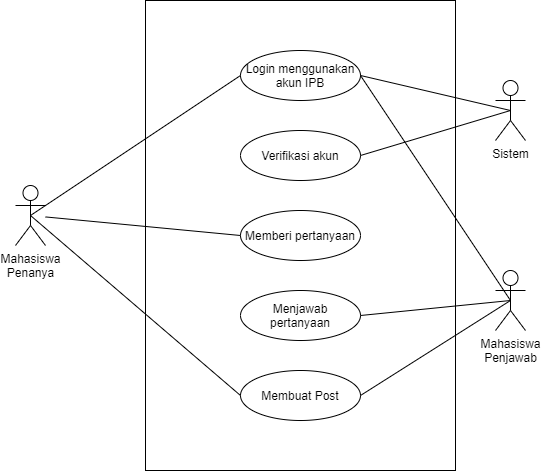
Before: Usecase_PSBO.png, a diagram exported from draw.io (fawwaz26/PSBO-P2-K10). Source tidied: cells renumbered, new cells last; positions are measured from the earlier drawing's top-left corner, leaving out a move shared by most shapes.
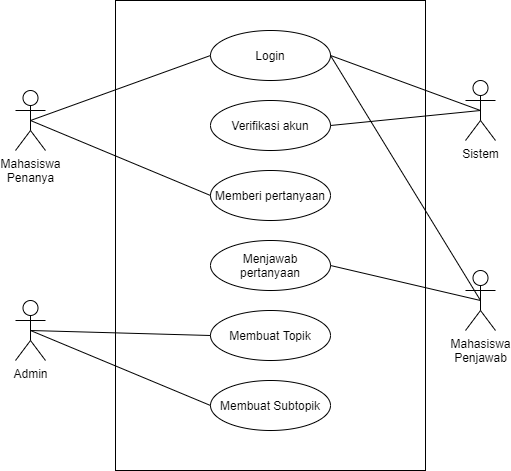
After the commit.

Change to the diagram source:
```diff
@@ -6,38 +6,32 @@
       <mxGeometry x="130" width="310" height="470" as="geometry" />
     </mxCell>
     <mxCell id="3" value="Mahasiswa&lt;br&gt;Penanya" style="shape=umlActor;verticalLabelPosition=bottom;verticalAlign=top;html=1;outlineConnect=0;" parent="1" vertex="1">
-      <mxGeometry y="185" width="30" height="60" as="geometry" />
+      <mxGeometry x="30" y="90" width="30" height="60" as="geometry" />
     </mxCell>
     <mxCell id="4" value="Sistem" style="shape=umlActor;verticalLabelPosition=bottom;verticalAlign=top;html=1;outlineConnect=0;" parent="1" vertex="1">
       <mxGeometry x="480" y="80" width="30" height="60" as="geometry" />
     </mxCell>
-    <mxCell id="5" value="Login menggunakan akun IPB" style="ellipse;whiteSpace=wrap;html=1;" parent="1" vertex="1">
-      <mxGeometry x="225" y="50" width="120" height="50" as="geometry" />
+    <mxCell id="5" value="Login" style="ellipse;whiteSpace=wrap;html=1;" parent="1" vertex="1">
+      <mxGeometry x="225" y="30" width="120" height="50" as="geometry" />
     </mxCell>
     <mxCell id="6" value="Memberi pertanyaan" style="ellipse;whiteSpace=wrap;html=1;" parent="1" vertex="1">
-      <mxGeometry x="225" y="210" width="120" height="50" as="geometry" />
+      <mxGeometry x="225" y="170" width="120" height="50" as="geometry" />
     </mxCell>
     <mxCell id="7" value="Menjawab pertanyaan" style="ellipse;whiteSpace=wrap;html=1;" parent="1" vertex="1">
-      <mxGeometry x="225" y="290" width="120" height="50" as="geometry" />
+      <mxGeometry x="225" y="240" width="120" height="50" as="geometry" />
     </mxCell>
     <mxCell id="8" value="Verifikasi akun" style="ellipse;whiteSpace=wrap;html=1;" parent="1" vertex="1">
-      <mxGeometry x="225" y="130" width="120" height="50" as="geometry" />
+      <mxGeometry x="225" y="100" width="120" height="50" as="geometry" />
     </mxCell>
-    <mxCell id="9" value="Membuat Post" style="ellipse;whiteSpace=wrap;html=1;" parent="1" vertex="1">
-      <mxGeometry x="225" y="370" width="120" height="50" as="geometry" />
-    </mxCell>
     <mxCell id="10" value="Mahasiswa&lt;br&gt;Penjawab" style="shape=umlActor;verticalLabelPosition=bottom;verticalAlign=top;html=1;outlineConnect=0;" parent="1" vertex="1">
       <mxGeometry x="480" y="270" width="30" height="60" as="geometry" />
     </mxCell>
     <mxCell id="11" style="endArrow=none;html=1;entryX=0;entryY=0.5;entryDx=0;entryDy=0;exitX=0.5;exitY=0.5;exitDx=0;exitDy=0;exitPerimeter=0;" parent="1" edge="1" source="3" target="5">
       <mxGeometry relative="1" as="geometry" />
     </mxCell>
-    <mxCell id="12" style="endArrow=none;html=1;entryX=0;entryY=0.5;entryDx=0;entryDy=0;" parent="1" edge="1" source="3" target="6">
+    <mxCell id="12" style="endArrow=none;html=1;entryX=0;entryY=0.5;entryDx=0;entryDy=0;exitX=0.5;exitY=0.5;exitDx=0;exitDy=0;exitPerimeter=0;" parent="1" edge="1" source="3" target="6">
       <mxGeometry relative="1" as="geometry" />
     </mxCell>
-    <mxCell id="13" style="endArrow=none;html=1;entryX=0;entryY=0.5;entryDx=0;entryDy=0;exitX=0.5;exitY=0.5;exitDx=0;exitDy=0;exitPerimeter=0;" parent="1" edge="1" source="3" target="9">
-      <mxGeometry relative="1" as="geometry" />
-    </mxCell>
     <mxCell id="14" style="endArrow=none;html=1;entryX=0.5;entryY=0.5;entryDx=0;entryDy=0;entryPerimeter=0;exitX=1;exitY=0.5;exitDx=0;exitDy=0;" parent="1" edge="1" source="5" target="4">
       <mxGeometry relative="1" as="geometry" />
     </mxCell>
@@ -50,8 +44,20 @@
     <mxCell id="17" style="endArrow=none;html=1;entryX=1;entryY=0.5;entryDx=0;entryDy=0;exitX=0.5;exitY=0.5;exitDx=0;exitDy=0;exitPerimeter=0;" parent="1" edge="1" source="10" target="7">
       <mxGeometry relative="1" as="geometry" />
     </mxCell>
-    <mxCell id="18" style="endArrow=none;html=1;entryX=0.5;entryY=0.5;entryDx=0;entryDy=0;entryPerimeter=0;exitX=1;exitY=0.5;exitDx=0;exitDy=0;" parent="1" edge="1" source="9" target="10">
-      <mxGeometry relative="1" as="geometry" />
-    </mxCell>
+    <mxCell id="19" value="Membuat Topik" style="ellipse;whiteSpace=wrap;html=1;" parent="1" vertex="1">
+      <mxGeometry x="225" y="310" width="120" height="50" as="geometry" />
+    </mxCell>
+    <mxCell id="20" value="Membuat Subtopik" style="ellipse;whiteSpace=wrap;html=1;" parent="1" vertex="1">
+      <mxGeometry x="225" y="380" width="120" height="50" as="geometry" />
+    </mxCell>
+    <mxCell id="21" value="Admin" style="shape=umlActor;verticalLabelPosition=bottom;verticalAlign=top;html=1;outlineConnect=0;" parent="1" vertex="1">
+      <mxGeometry x="30" y="300" width="30" height="60" as="geometry" />
+    </mxCell>
+    <mxCell id="22" style="endArrow=none;html=1;entryX=0;entryY=0.5;entryDx=0;entryDy=0;exitX=0.5;exitY=0.5;exitDx=0;exitDy=0;exitPerimeter=0;" parent="1" edge="1" source="21" target="19">
+      <mxGeometry relative="1" as="geometry" />
+    </mxCell>
+    <mxCell id="23" style="endArrow=none;html=1;entryX=0;entryY=0.5;entryDx=0;entryDy=0;exitX=0.5;exitY=0.5;exitDx=0;exitDy=0;exitPerimeter=0;" parent="1" edge="1" source="21" target="20">
+      <mxGeometry relative="1" as="geometry" />
+    </mxCell>
   </root>
 </mxGraphModel>
```
